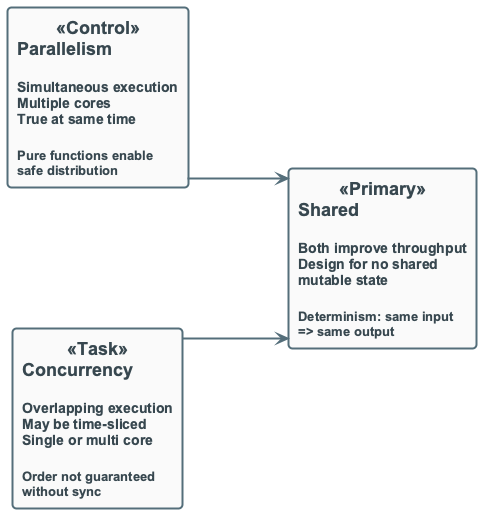
Before: diagrams/week03/week3_parallelism_vs_concurrency.png, a diagram exported from PlantUML (OrPerets/data-engineering-course).
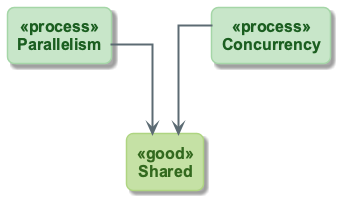
Later version of the same file.

What changed in the source:
```diff
@@ -1,12 +1,14 @@
 @startuml
 !include ../_template_styles.puml
-left to right direction
+!include _week3_visual_style.puml
 
-rectangle "**Parallelism**\n\n<size:14>Simultaneous execution</size>\n<size:14>Multiple cores</size>\n<size:14>True at same time</size>\n\n<size:13>Pure functions enable</size>\n<size:13>safe distribution</size>" as PAR <<Control>>
+top to bottom direction
+skinparam nodesep 100
+skinparam ranksep 70
 
-rectangle "**Concurrency**\n\n<size:14>Overlapping execution</size>\n<size:14>May be time-sliced</size>\n<size:14>Single or multi core</size>\n\n<size:13>Order not guaranteed</size>\n<size:13>without sync</size>" as CON <<Task>>
-
-rectangle "**Shared**\n\n<size:14>Both improve throughput</size>\n<size:14>Design for no shared</size>\n<size:14>mutable state</size>\n\n<size:13>Determinism: same input</size>\n<size:13>=> same output</size>" as SHARED <<Primary>>
+rectangle "Parallelism" as PAR <<process>>
+rectangle "Concurrency" as CON <<process>>
+rectangle "Shared" as SHARED <<good>>
 
 PAR -down-> SHARED
 CON -down-> SHARED
```
